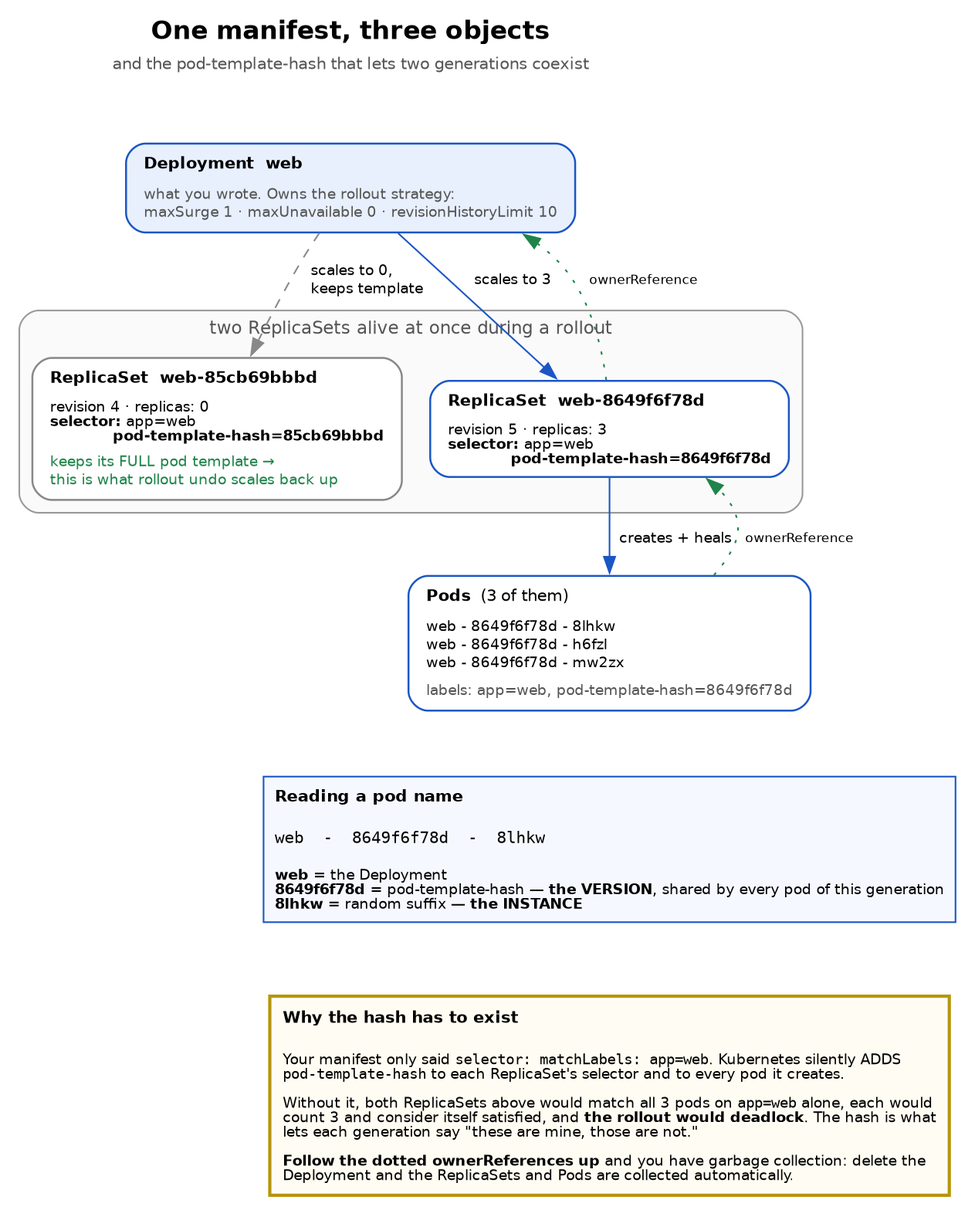
Above: education/images/ch02_fig1_ownership.png in fiberoptix/home-lab-setup (Graphviz), before the change. Its source is kept beside it as education/diagrams/ch02_fig1_ownership.dot. Its diagram source:
```dot

digraph ownership {
  rankdir=TB;
  bgcolor="white";
  node  [fontname="Helvetica", fontsize=10, shape=box, style="filled,rounded", penwidth=1.2];
  edge  [fontname="Helvetica", fontsize=9];
  graph [fontname="Helvetica", fontsize=11];

  title [shape=plaintext, style="", fillcolor="none", label=<
    <TABLE BORDER="0" CELLBORDER="0" CELLSPACING="0">
      <TR><TD><FONT POINT-SIZE="16"><B>One manifest, three objects</B></FONT></TD></TR>
      <TR><TD><FONT POINT-SIZE="10" COLOR="#555555">and the pod-template-hash that lets two generations coexist</FONT></TD></TR>
    </TABLE>>];

  deploy [fillcolor="#e8f0fe", color="#1a56c4", label=<
    <TABLE BORDER="0" CELLBORDER="0" CELLSPACING="0" CELLPADDING="3">
      <TR><TD ALIGN="LEFT" BALIGN="LEFT"><B>Deployment  web</B></TD></TR>
      <TR><TD ALIGN="LEFT" BALIGN="LEFT"><FONT POINT-SIZE="9" COLOR="#555555">what you wrote. Owns the rollout strategy:<BR/>maxSurge 1 · maxUnavailable 0 · revisionHistoryLimit 10</FONT></TD></TR>
    </TABLE>>];

  subgraph cluster_rs {
    label="  two ReplicaSets alive at once during a rollout  ";
    style="filled,rounded"; fillcolor="#fafafa"; color="#999999"; fontcolor="#555555";

    rsold [fillcolor="#ffffff", color="#888888", label=<
      <TABLE BORDER="0" CELLBORDER="0" CELLSPACING="0" CELLPADDING="3">
        <TR><TD ALIGN="LEFT" BALIGN="LEFT"><B>ReplicaSet  web-85cb69bbbd</B></TD></TR>
        <TR><TD ALIGN="LEFT" BALIGN="LEFT"><FONT POINT-SIZE="9">revision 4 · replicas: 0<BR/><B>selector:</B> app=web<BR/>&nbsp;&nbsp;&nbsp;&nbsp;&nbsp;&nbsp;&nbsp;&nbsp;&nbsp;&nbsp;&nbsp;&nbsp; <B>pod-template-hash=85cb69bbbd</B></FONT></TD></TR>
        <TR><TD ALIGN="LEFT" BALIGN="LEFT"><FONT POINT-SIZE="9" COLOR="#1e8449">keeps its FULL pod template →<BR/>this is what rollout undo scales back up</FONT></TD></TR>
      </TABLE>>];

    rsnew [fillcolor="#ffffff", color="#1a56c4", label=<
      <TABLE BORDER="0" CELLBORDER="0" CELLSPACING="0" CELLPADDING="3">
        <TR><TD ALIGN="LEFT" BALIGN="LEFT"><B>ReplicaSet  web-8649f6f78d</B></TD></TR>
        <TR><TD ALIGN="LEFT" BALIGN="LEFT"><FONT POINT-SIZE="9">revision 5 · replicas: 3<BR/><B>selector:</B> app=web<BR/>&nbsp;&nbsp;&nbsp;&nbsp;&nbsp;&nbsp;&nbsp;&nbsp;&nbsp;&nbsp;&nbsp;&nbsp; <B>pod-template-hash=8649f6f78d</B></FONT></TD></TR>
      </TABLE>>];
  }

  pods [fillcolor="#ffffff", color="#1a56c4", label=<
    <TABLE BORDER="0" CELLBORDER="0" CELLSPACING="0" CELLPADDING="3">
      <TR><TD ALIGN="LEFT" BALIGN="LEFT"><B>Pods</B>  (3 of them)</TD></TR>
      <TR><TD ALIGN="LEFT" BALIGN="LEFT"><FONT POINT-SIZE="9">web - 8649f6f78d - 8lhkw<BR/>web - 8649f6f78d - h6fzl<BR/>web - 8649f6f78d - mw2zx</FONT></TD></TR>
      <TR><TD ALIGN="LEFT" BALIGN="LEFT"><FONT POINT-SIZE="9" COLOR="#555555">labels: app=web, pod-template-hash=8649f6f78d</FONT></TD></TR>
    </TABLE>>];

  anatomy [shape=plaintext, style="", fillcolor="none", label=<
    <TABLE BORDER="1" CELLBORDER="0" CELLSPACING="0" CELLPADDING="6" COLOR="#1a56c4" BGCOLOR="#f5f9ff">
      <TR><TD ALIGN="LEFT" BALIGN="LEFT"><B>Reading a pod name</B></TD></TR>
      <TR><TD ALIGN="LEFT" BALIGN="LEFT"><FONT FACE="Courier" POINT-SIZE="10">web  -  8649f6f78d  -  8lhkw</FONT></TD></TR>
      <TR><TD ALIGN="LEFT" BALIGN="LEFT"><FONT POINT-SIZE="9"><B>web</B> = the Deployment<BR/><B>8649f6f78d</B> = pod-template-hash — <B>the VERSION</B>, shared by every pod of this generation<BR/><B>8lhkw</B> = random suffix — <B>the INSTANCE</B></FONT></TD></TR>
    </TABLE>>];

  title -> deploy [style=invis];
  deploy -> rsold [label="  scales to 0,\l  keeps template\l", color="#888888", style=dashed];
  deploy -> rsnew [label="  scales to 3", color="#1a56c4"];
  rsnew  -> pods  [label="  creates + heals", color="#1a56c4"];
  pods   -> anatomy [style=invis];

  edge [fontsize=8, color="#1e8449", style=dotted, constraint=false];
  pods  -> rsnew  [label="  ownerReference  "];
  rsnew -> deploy [label="  ownerReference  "];

  why [shape=plaintext, style="", fillcolor="none", label=<
    <TABLE BORDER="2" CELLBORDER="0" CELLSPACING="0" CELLPADDING="7" COLOR="#b7950b" BGCOLOR="#fffdf3">
      <TR><TD ALIGN="LEFT" BALIGN="LEFT"><B>Why the hash has to exist</B></TD></TR>
      <TR><TD ALIGN="LEFT" BALIGN="LEFT"><FONT POINT-SIZE="9">Your manifest only said <FONT FACE="Courier">selector: matchLabels: app=web</FONT>. Kubernetes silently ADDS<BR/><FONT FACE="Courier">pod-template-hash</FONT> to each ReplicaSet's selector and to every pod it creates.<BR/><BR/>Without it, both ReplicaSets above would match all 3 pods on <FONT FACE="Courier">app=web</FONT> alone, each would<BR/>count 3 and consider itself satisfied, and <B>the rollout would deadlock</B>. The hash is what<BR/>lets each generation say &quot;these are mine, those are not.&quot;<BR/><BR/><B>Follow the dotted ownerReferences up</B> and you have garbage collection: delete the<BR/>Deployment and the ReplicaSets and Pods are collected automatically.</FONT></TD></TR>
    </TABLE>>];

  anatomy -> why [style=invis, constraint=true];
}
```
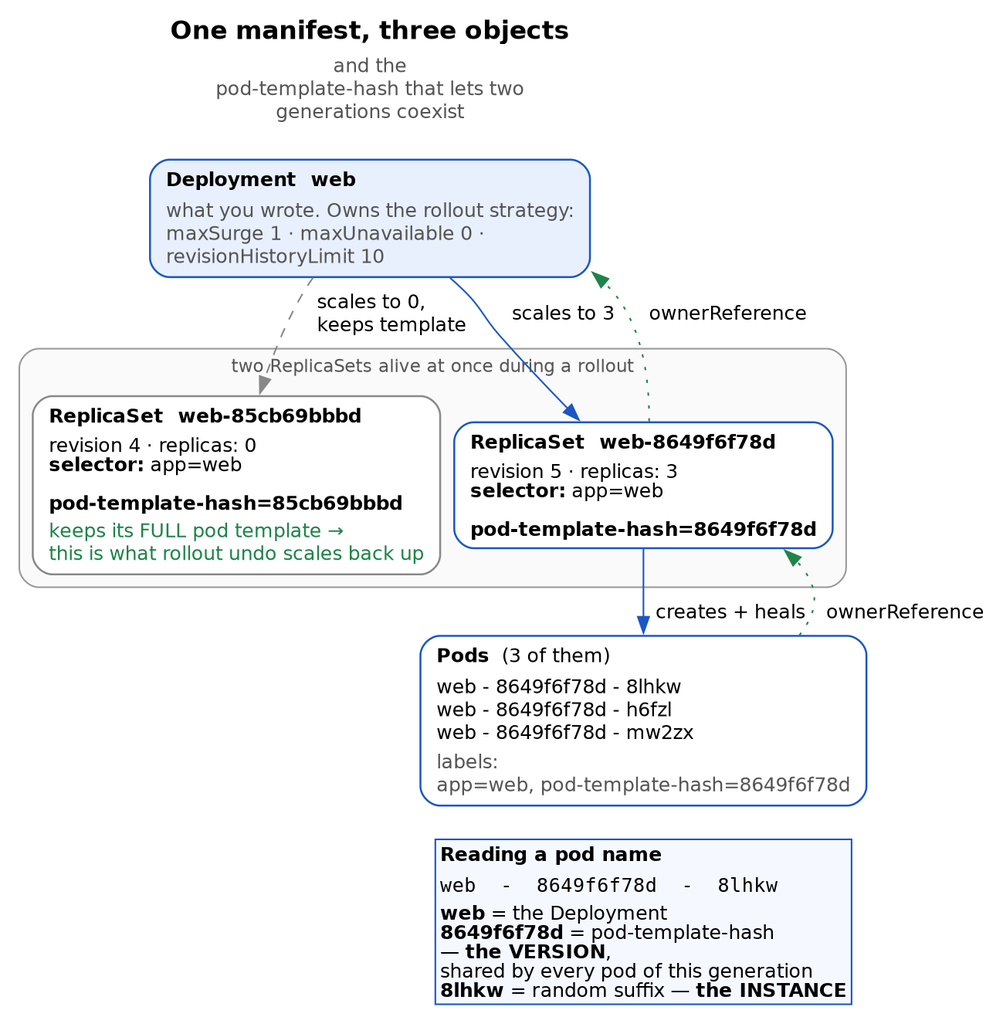
Later version of the same file.

Change to the diagram source:
```diff
@@ -1,21 +1,23 @@
 
 digraph ownership {
+  nodesep=0.12;
+  ranksep=0.2;
   rankdir=TB;
   bgcolor="white";
-  node  [fontname="Helvetica", fontsize=10, shape=box, style="filled,rounded", penwidth=1.2];
-  edge  [fontname="Helvetica", fontsize=9];
+  node  [fontname="Helvetica", fontsize=12, shape=box, style="filled,rounded", penwidth=1.2];
+  edge  [fontname="Helvetica", fontsize=12];
   graph [fontname="Helvetica", fontsize=11];
 
   title [shape=plaintext, style="", fillcolor="none", label=<
     <TABLE BORDER="0" CELLBORDER="0" CELLSPACING="0">
       <TR><TD><FONT POINT-SIZE="16"><B>One manifest, three objects</B></FONT></TD></TR>
-      <TR><TD><FONT POINT-SIZE="10" COLOR="#555555">and the pod-template-hash that lets two generations coexist</FONT></TD></TR>
+      <TR><TD><FONT POINT-SIZE="12" COLOR="#555555">and the<BR/>pod-template-hash that lets two<BR/>generations coexist</FONT></TD></TR>
     </TABLE>>];
 
   deploy [fillcolor="#e8f0fe", color="#1a56c4", label=<
-    <TABLE BORDER="0" CELLBORDER="0" CELLSPACING="0" CELLPADDING="3">
+    <TABLE BORDER="0" CELLBORDER="0" CELLSPACING="0" CELLPADDING="2">
       <TR><TD ALIGN="LEFT" BALIGN="LEFT"><B>Deployment  web</B></TD></TR>
-      <TR><TD ALIGN="LEFT" BALIGN="LEFT"><FONT POINT-SIZE="9" COLOR="#555555">what you wrote. Owns the rollout strategy:<BR/>maxSurge 1 · maxUnavailable 0 · revisionHistoryLimit 10</FONT></TD></TR>
+      <TR><TD ALIGN="LEFT" BALIGN="LEFT"><FONT POINT-SIZE="12" COLOR="#555555">what you wrote. Owns the rollout strategy:<BR/>maxSurge 1 · maxUnavailable 0 ·<BR/>revisionHistoryLimit 10</FONT></TD></TR>
     </TABLE>>];
 
   subgraph cluster_rs {
@@ -23,31 +25,31 @@
     style="filled,rounded"; fillcolor="#fafafa"; color="#999999"; fontcolor="#555555";
 
     rsold [fillcolor="#ffffff", color="#888888", label=<
-      <TABLE BORDER="0" CELLBORDER="0" CELLSPACING="0" CELLPADDING="3">
+      <TABLE BORDER="0" CELLBORDER="0" CELLSPACING="0" CELLPADDING="2">
         <TR><TD ALIGN="LEFT" BALIGN="LEFT"><B>ReplicaSet  web-85cb69bbbd</B></TD></TR>
-        <TR><TD ALIGN="LEFT" BALIGN="LEFT"><FONT POINT-SIZE="9">revision 4 · replicas: 0<BR/><B>selector:</B> app=web<BR/>&nbsp;&nbsp;&nbsp;&nbsp;&nbsp;&nbsp;&nbsp;&nbsp;&nbsp;&nbsp;&nbsp;&nbsp; <B>pod-template-hash=85cb69bbbd</B></FONT></TD></TR>
-        <TR><TD ALIGN="LEFT" BALIGN="LEFT"><FONT POINT-SIZE="9" COLOR="#1e8449">keeps its FULL pod template →<BR/>this is what rollout undo scales back up</FONT></TD></TR>
+        <TR><TD ALIGN="LEFT" BALIGN="LEFT"><FONT POINT-SIZE="12">revision 4 · replicas: 0<BR/><B>selector:</B> app=web<BR/>&nbsp;&nbsp;&nbsp;&nbsp;&nbsp;&nbsp;&nbsp;&nbsp;&nbsp;&nbsp;&nbsp;&nbsp;<BR/><B>pod-template-hash=85cb69bbbd</B></FONT></TD></TR>
+        <TR><TD ALIGN="LEFT" BALIGN="LEFT"><FONT POINT-SIZE="12" COLOR="#1e8449">keeps its FULL pod template →<BR/>this is what rollout undo scales back up</FONT></TD></TR>
       </TABLE>>];
 
     rsnew [fillcolor="#ffffff", color="#1a56c4", label=<
-      <TABLE BORDER="0" CELLBORDER="0" CELLSPACING="0" CELLPADDING="3">
+      <TABLE BORDER="0" CELLBORDER="0" CELLSPACING="0" CELLPADDING="2">
         <TR><TD ALIGN="LEFT" BALIGN="LEFT"><B>ReplicaSet  web-8649f6f78d</B></TD></TR>
-        <TR><TD ALIGN="LEFT" BALIGN="LEFT"><FONT POINT-SIZE="9">revision 5 · replicas: 3<BR/><B>selector:</B> app=web<BR/>&nbsp;&nbsp;&nbsp;&nbsp;&nbsp;&nbsp;&nbsp;&nbsp;&nbsp;&nbsp;&nbsp;&nbsp; <B>pod-template-hash=8649f6f78d</B></FONT></TD></TR>
+        <TR><TD ALIGN="LEFT" BALIGN="LEFT"><FONT POINT-SIZE="12">revision 5 · replicas: 3<BR/><B>selector:</B> app=web<BR/>&nbsp;&nbsp;&nbsp;&nbsp;&nbsp;&nbsp;&nbsp;&nbsp;&nbsp;&nbsp;&nbsp;&nbsp;<BR/><B>pod-template-hash=8649f6f78d</B></FONT></TD></TR>
       </TABLE>>];
   }
 
   pods [fillcolor="#ffffff", color="#1a56c4", label=<
-    <TABLE BORDER="0" CELLBORDER="0" CELLSPACING="0" CELLPADDING="3">
+    <TABLE BORDER="0" CELLBORDER="0" CELLSPACING="0" CELLPADDING="2">
       <TR><TD ALIGN="LEFT" BALIGN="LEFT"><B>Pods</B>  (3 of them)</TD></TR>
-      <TR><TD ALIGN="LEFT" BALIGN="LEFT"><FONT POINT-SIZE="9">web - 8649f6f78d - 8lhkw<BR/>web - 8649f6f78d - h6fzl<BR/>web - 8649f6f78d - mw2zx</FONT></TD></TR>
-      <TR><TD ALIGN="LEFT" BALIGN="LEFT"><FONT POINT-SIZE="9" COLOR="#555555">labels: app=web, pod-template-hash=8649f6f78d</FONT></TD></TR>
+      <TR><TD ALIGN="LEFT" BALIGN="LEFT"><FONT POINT-SIZE="12">web - 8649f6f78d - 8lhkw<BR/>web - 8649f6f78d - h6fzl<BR/>web - 8649f6f78d - mw2zx</FONT></TD></TR>
+      <TR><TD ALIGN="LEFT" BALIGN="LEFT"><FONT POINT-SIZE="12" COLOR="#555555">labels:<BR/>app=web, pod-template-hash=8649f6f78d</FONT></TD></TR>
     </TABLE>>];
 
   anatomy [shape=plaintext, style="", fillcolor="none", label=<
-    <TABLE BORDER="1" CELLBORDER="0" CELLSPACING="0" CELLPADDING="6" COLOR="#1a56c4" BGCOLOR="#f5f9ff">
+    <TABLE BORDER="1" CELLBORDER="0" CELLSPACING="0" CELLPADDING="2" COLOR="#1a56c4" BGCOLOR="#f5f9ff">
       <TR><TD ALIGN="LEFT" BALIGN="LEFT"><B>Reading a pod name</B></TD></TR>
-      <TR><TD ALIGN="LEFT" BALIGN="LEFT"><FONT FACE="Courier" POINT-SIZE="10">web  -  8649f6f78d  -  8lhkw</FONT></TD></TR>
-      <TR><TD ALIGN="LEFT" BALIGN="LEFT"><FONT POINT-SIZE="9"><B>web</B> = the Deployment<BR/><B>8649f6f78d</B> = pod-template-hash — <B>the VERSION</B>, shared by every pod of this generation<BR/><B>8lhkw</B> = random suffix — <B>the INSTANCE</B></FONT></TD></TR>
+      <TR><TD ALIGN="LEFT" BALIGN="LEFT"><FONT FACE="Courier" POINT-SIZE="12">web  -  8649f6f78d  -  8lhkw</FONT></TD></TR>
+      <TR><TD ALIGN="LEFT" BALIGN="LEFT"><FONT POINT-SIZE="12"><B>web</B> = the Deployment<BR/><B>8649f6f78d</B> = pod-template-hash<BR/>— <B>the VERSION</B>,<BR/>shared by every pod of this generation<BR/><B>8lhkw</B> = random suffix — <B>the INSTANCE</B></FONT></TD></TR>
     </TABLE>>];
 
   title -> deploy [style=invis];
@@ -56,15 +58,9 @@
   rsnew  -> pods  [label="  creates + heals", color="#1a56c4"];
   pods   -> anatomy [style=invis];
 
-  edge [fontsize=8, color="#1e8449", style=dotted, constraint=false];
+  edge [fontsize=12, color="#1e8449", style=dotted, constraint=false];
   pods  -> rsnew  [label="  ownerReference  "];
   rsnew -> deploy [label="  ownerReference  "];
 
-  why [shape=plaintext, style="", fillcolor="none", label=<
-    <TABLE BORDER="2" CELLBORDER="0" CELLSPACING="0" CELLPADDING="7" COLOR="#b7950b" BGCOLOR="#fffdf3">
-      <TR><TD ALIGN="LEFT" BALIGN="LEFT"><B>Why the hash has to exist</B></TD></TR>
-      <TR><TD ALIGN="LEFT" BALIGN="LEFT"><FONT POINT-SIZE="9">Your manifest only said <FONT FACE="Courier">selector: matchLabels: app=web</FONT>. Kubernetes silently ADDS<BR/><FONT FACE="Courier">pod-template-hash</FONT> to each ReplicaSet's selector and to every pod it creates.<BR/><BR/>Without it, both ReplicaSets above would match all 3 pods on <FONT FACE="Courier">app=web</FONT> alone, each would<BR/>count 3 and consider itself satisfied, and <B>the rollout would deadlock</B>. The hash is what<BR/>lets each generation say &quot;these are mine, those are not.&quot;<BR/><BR/><B>Follow the dotted ownerReferences up</B> and you have garbage collection: delete the<BR/>Deployment and the ReplicaSets and Pods are collected automatically.</FONT></TD></TR>
-    </TABLE>>];
 
-  anatomy -> why [style=invis, constraint=true];
 }
```
